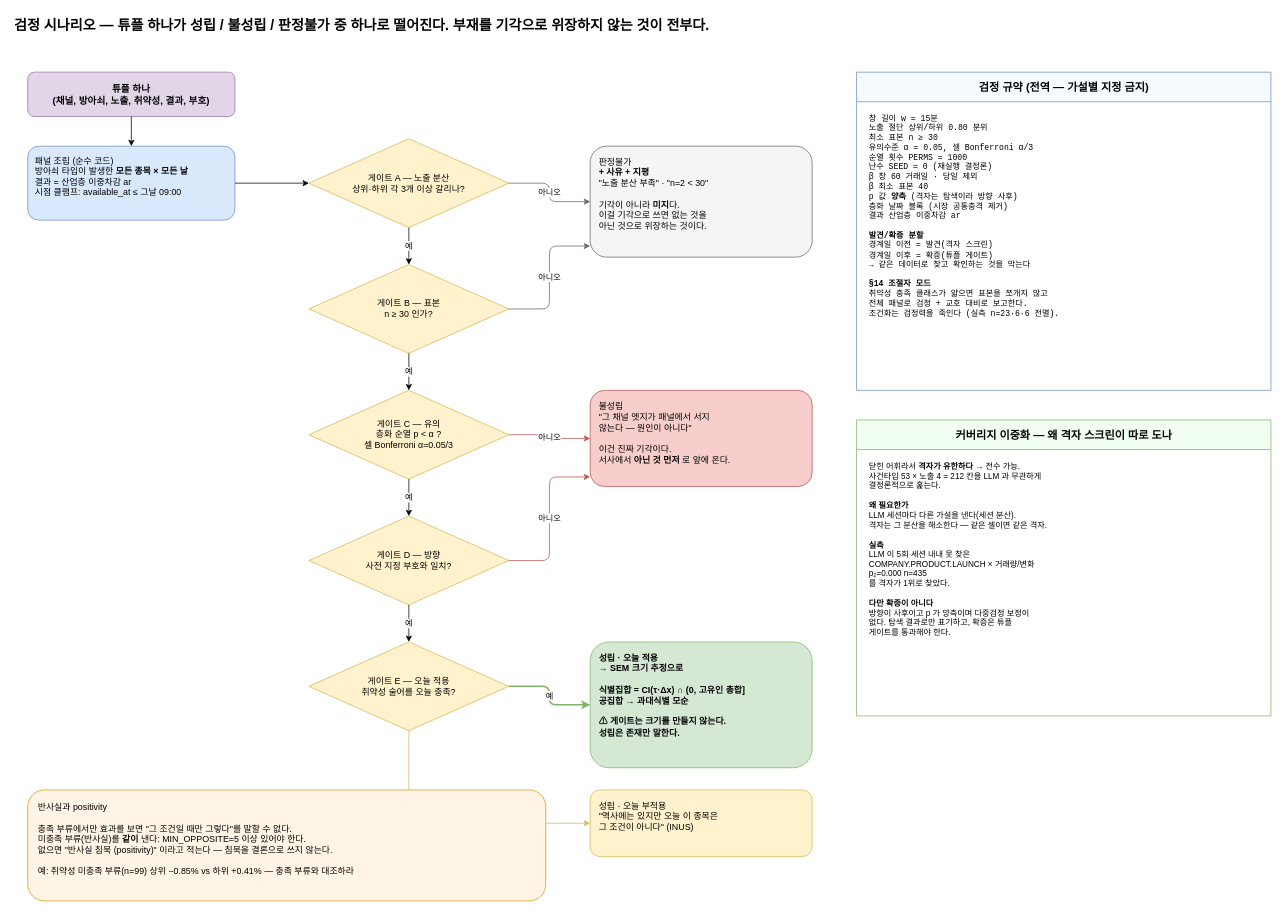
Before: page "5. 검정 시나리오" (5 of 5) of docs/analysis-engine/causal-attribution-system.drawio in alphaeveryday/edge, a draw.io diagram. Source tidied: cells renumbered, new cells numbered last; positions are measured from the earlier drawing's top-left corner, leaving out a move shared by most shapes. Both pictures are drawn from the tidied source at 74%, with x=0, y=0 at pixel (13, 13).
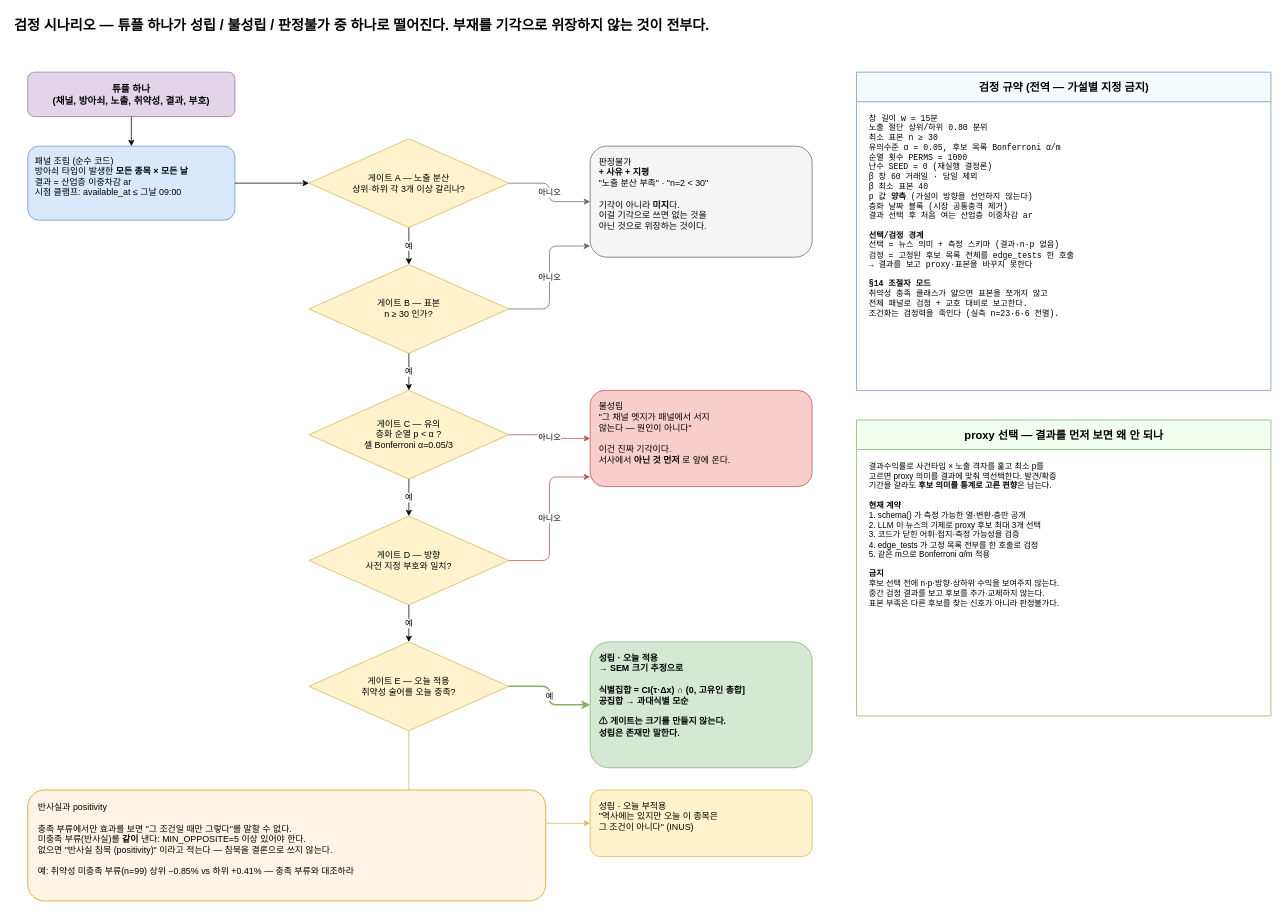
The same diagram, later.

The change refers to these unchanged cells:
```xml
<mxCell id="26" value="검정 규약 (전역 — 가설별 지정 금지)" style="swimlane;startSize=40;html=1;fillColor=#f5faff;strokeColor=#6c8ebf;fontSize=15;fontStyle=1;" parent="1" vertex="1">
  <mxGeometry x="1140" y="80" width="560" height="430" as="geometry" />
</mxCell>
```

The edit, as a diff of the source:
```diff
@@
-    <mxCell id="27" value="창 길이           w = 15분&#10;노출 절단         상위/하위 0.80 분위&#10;최소 표본         n ≥ 30&#10;유의수준          α = 0.05, 셀 Bonferroni α/3&#10;순열 횟수         PERMS = 1000&#10;난수              SEED = 0  (재실행 결정론)&#10;β 창              60 거래일 · 당일 제외&#10;β 최소 표본       40&#10;p 값              &lt;b&gt;양측&lt;/b&gt; (격자는 탐색이라 방향 사후)&#10;층화              날짜 블록 (시장 공통충격 제거)&#10;결과              산업층 이중차감 ar&#10;&#10;&lt;b&gt;발견/확증 분할&lt;/b&gt;&#10;경계일 이전 = 발견(격자 스크린)&#10;경계일 이후 = 확증(튜플 게이트)&#10;→ 같은 데이터로 찾고 확인하는 것을 막는다&#10;&#10;&lt;b&gt;§14 조절자 모드&lt;/b&gt;&#10;취약성 충족 클래스가 얇으면 표본을 쪼개지 않고&#10;전체 패널로 검정 + 교호 대비로 보고한다.&#10;조건화는 검정력을 죽인다 (실측 n=23·6·6 전멸)." style="text;html=1;fontSize=11;align=left;verticalAlign=top;fontFamily=Courier New;" parent="26" vertex="1">
+    <mxCell id="27" value="창 길이           w = 15분&#10;노출 절단         상위/하위 0.80 분위&#10;최소 표본         n ≥ 30&#10;유의수준          α = 0.05, 후보 목록 Bonferroni α/m&#10;순열 횟수         PERMS = 1000&#10;난수              SEED = 0  (재실행 결정론)&#10;β 창              60 거래일 · 당일 제외&#10;β 최소 표본       40&#10;p 값              &lt;b&gt;양측&lt;/b&gt; (가설이 방향을 선언하지 않는다)&#10;층화              날짜 블록 (시장 공통충격 제거)&#10;결과              선택 후 처음 여는 산업층 이중차감 ar&#10;&#10;&lt;b&gt;선택/검정 경계&lt;/b&gt;&#10;선택 = 뉴스 의미 + 측정 스키마 (결과·n·p 없음)&#10;검정 = 고정된 후보 목록 전체를 edge_tests 한 호출&#10;→ 결과를 보고 proxy·표본을 바꾸지 못한다&#10;&#10;&lt;b&gt;§14 조절자 모드&lt;/b&gt;&#10;취약성 충족 클래스가 얇으면 표본을 쪼개지 않고&#10;전체 패널로 검정 + 교호 대비로 보고한다.&#10;조건화는 검정력을 죽인다 (실측 n=23·6·6 전멸)." style="text;html=1;fontSize=11;align=left;verticalAlign=top;fontFamily=Courier New;" parent="26" vertex="1">
       <mxGeometry x="15" y="50" width="530" height="370" as="geometry" />
     </mxCell>
-    <mxCell id="28" value="커버리지 이중화 — 왜 격자 스크린이 따로 도나" style="swimlane;startSize=40;html=1;fillColor=#f0fff0;strokeColor=#82b366;fontSize=15;fontStyle=1;" parent="1" vertex="1">
+    <mxCell id="28" value="proxy 선택 — 결과를 먼저 보면 왜 안 되나" style="swimlane;startSize=40;html=1;fillColor=#f0fff0;strokeColor=#82b366;fontSize=15;fontStyle=1;" parent="1" vertex="1">
       <mxGeometry x="1140" y="550" width="560" height="400" as="geometry" />
     </mxCell>
-    <mxCell id="29" value="닫힌 어휘라서 &lt;b&gt;격자가 유한하다&lt;/b&gt; → 전수 가능.&#10;사건타입 53 × 노출 4 = 212 칸을 LLM 과 무관하게&#10;결정론적으로 훑는다.&#10;&#10;&lt;b&gt;왜 필요한가&lt;/b&gt;&#10;LLM 세션마다 다른 가설을 낸다(세션 분산).&#10;격자는 그 분산을 해소한다 — 같은 셀이면 같은 격자.&#10;&#10;&lt;b&gt;실측&lt;/b&gt;&#10;LLM 이 5회 세션 내내 못 찾은&#10;  COMPANY.PRODUCT.LAUNCH × 거래량/변화&#10;  p₂=0.000  n=435&#10;를 격자가 1위로 찾았다.&#10;&#10;&lt;b&gt;다만 확증이 아니다&lt;/b&gt;&#10;방향이 사후이고 p 가 양측이며 다중검정 보정이&#10;없다. 탐색 결과로만 표기하고, 확증은 튜플&#10;게이트를 통과해야 한다." style="text;html=1;fontSize=11;align=left;verticalAlign=top;" parent="28" vertex="1">
+    <mxCell id="29" value="결과수익률로 사건타입 × 노출 격자를 훑고 최소 p를&#10;고르면 proxy 의미를 결과에 맞춰 역선택한다. 발견/확증&#10;기간을 갈라도 &lt;b&gt;후보 의미를 통계로 고른 편향&lt;/b&gt;은 남는다.&#10;&#10;&lt;b&gt;현재 계약&lt;/b&gt;&#10;1. schema() 가 측정 가능한 열·변환·층만 공개&#10;2. LLM 이 뉴스의 기제로 proxy 후보 최대 3개 선택&#10;3. 코드가 닫힌 어휘·접지·측정 가능성을 검증&#10;4. edge_tests 가 고정 목록 전부를 한 호출로 검정&#10;5. 같은 m으로 Bonferroni α/m 적용&#10;&#10;&lt;b&gt;금지&lt;/b&gt;&#10;후보 선택 전에 n·p·방향·상하위 수익을 보여주지 않는다.&#10;중간 검정 결과를 보고 후보를 추가·교체하지 않는다.&#10;표본 부족은 다른 후보를 찾는 신호가 아니라 판정불가다." style="text;html=1;fontSize=11;align=left;verticalAlign=top;" parent="28" vertex="1">
       <mxGeometry x="15" y="50" width="530" height="360" as="geometry" />
     </mxCell>
```
